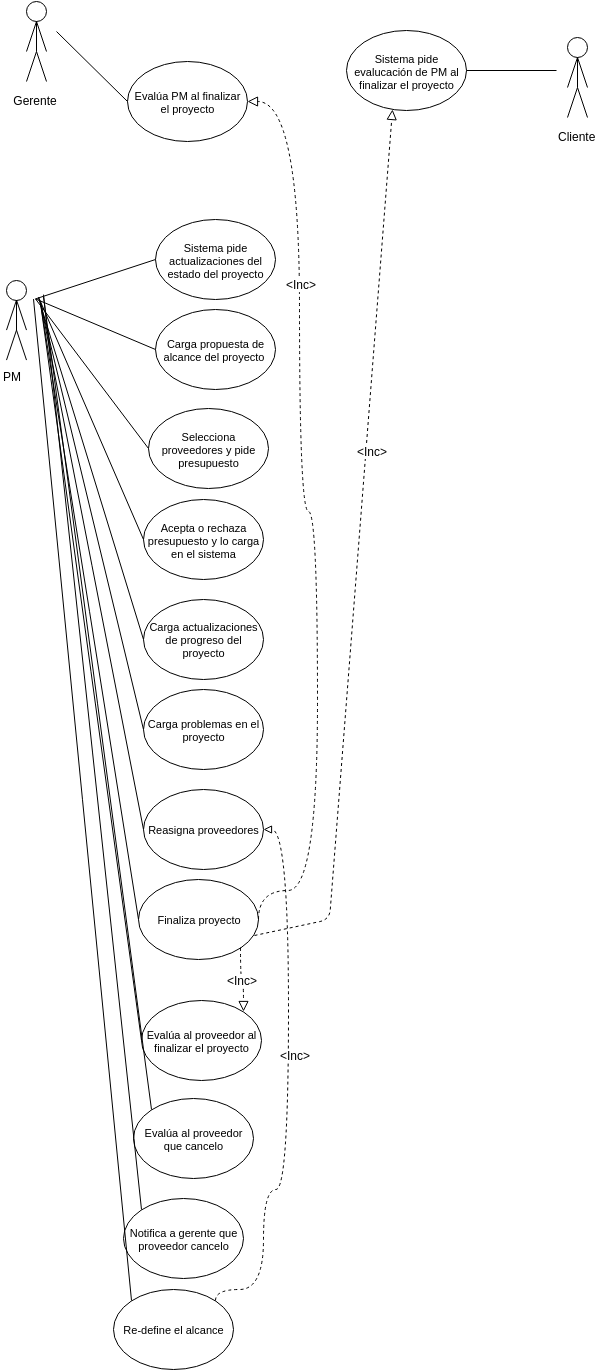
Above: latex/imagenes/CasosDeUsoPM.png in FlyingPumba/tp2-inge1 (draw.io), before the change. Source tidied: cells renumbered, new cells last; positions are measured from the earlier drawing's top-left corner, leaving out a move shared by most shapes.
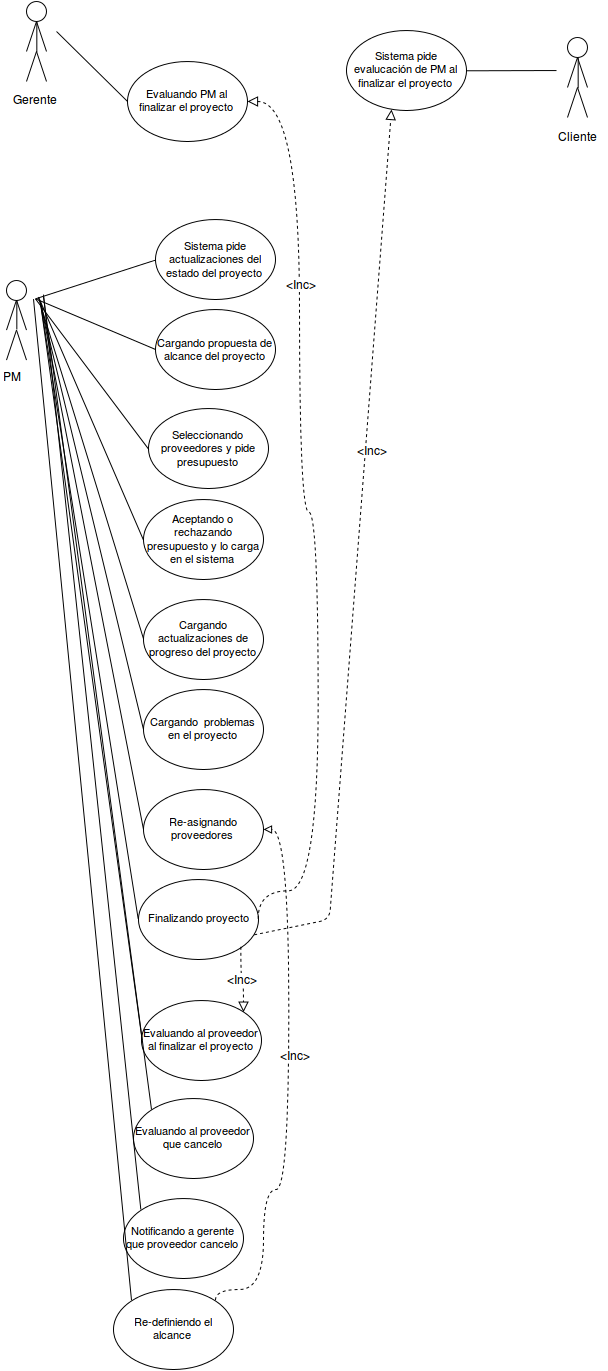
The same diagram one commit later.

Commit message:
Nuevas vistas Casos de uso

What changed in the source:
```diff
@@ -7,7 +7,7 @@
     </mxCell>
     <mxCell id="3" style="edgeStyle=orthogonalEdgeStyle;rounded=0;html=1;exitX=0.5;exitY=1;endArrow=none;endFill=0;jettySize=auto;" parent="1" edge="1" source="2">
       <mxGeometry x="920" y="-2172" as="geometry">
-        <mxPoint x="35" y="50" as="targetPoint" />
+        <mxPoint x="35.3" y="50.7" as="targetPoint" />
       </mxGeometry>
     </mxCell>
     <mxCell id="4" style="endArrow=none;html=1;endFill=0;" parent="1" edge="1">
@@ -37,7 +37,7 @@
     <mxCell id="8" value="Gerente" style="text;html=1;strokeColor=none;fillColor=none;align=center;verticalAlign=middle;whiteSpace=wrap;overflow=hidden;" parent="1" vertex="1">
       <mxGeometry x="8" y="88" width="50" height="20" as="geometry" />
     </mxCell>
-    <mxCell id="9" value="&lt;span&gt;Evalúa PM al finalizar el proyecto&lt;/span&gt;&lt;br&gt;" style="ellipse;whiteSpace=wrap;html=1;fontSize=11;" parent="1" vertex="1">
+    <mxCell id="9" value="&lt;span&gt;Evaluando PM al finalizar el proyecto&lt;/span&gt;&lt;br&gt;" style="ellipse;whiteSpace=wrap;html=1;fontSize=11;" parent="1" vertex="1">
       <mxGeometry x="126" y="59.8" width="120" height="80" as="geometry" />
     </mxCell>
     <mxCell id="10" style="endArrow=none;html=1;endFill=0;entryX=0;entryY=0.5;" parent="1" edge="1" target="9">
@@ -47,7 +47,7 @@
     </mxCell>
     <mxCell id="11" style="edgeStyle=orthogonalEdgeStyle;rounded=0;html=1;exitX=0.5;exitY=1;endArrow=none;endFill=0;jettySize=auto;" parent="1" edge="1" source="12">
       <mxGeometry x="1461" y="-2136" as="geometry">
-        <mxPoint x="576" y="86" as="targetPoint" />
+        <mxPoint x="576.7" y="86.7" as="targetPoint" />
       </mxGeometry>
     </mxCell>
     <mxCell id="12" style="ellipse;whiteSpace=wrap;html=1;" parent="1" vertex="1">
@@ -85,7 +85,7 @@
     </mxCell>
     <mxCell id="19" style="edgeStyle=orthogonalEdgeStyle;rounded=0;html=1;exitX=0.5;exitY=1;endArrow=none;endFill=0;jettySize=auto;" parent="1" edge="1" source="18">
       <mxGeometry x="900.4" y="-1893.6" as="geometry">
-        <mxPoint x="15" y="329" as="targetPoint" />
+        <mxPoint x="15.3" y="328" as="targetPoint" />
       </mxGeometry>
     </mxCell>
     <mxCell id="20" style="endArrow=none;html=1;endFill=0;" parent="1" edge="1">
@@ -115,16 +115,16 @@
     <mxCell id="24" value="PM" style="text;html=1;align=left;verticalAlign=top;spacingTop=-4;" parent="1" vertex="1">
       <mxGeometry y="366.4" width="30" height="20" as="geometry" />
     </mxCell>
-    <mxCell id="25" value="&lt;span&gt;Carga propuesta de alcance del proyecto&amp;nbsp;&lt;/span&gt;&lt;br&gt;" style="ellipse;whiteSpace=wrap;html=1;fontSize=11;" parent="1" vertex="1">
+    <mxCell id="25" value="&lt;span&gt;Cargando propuesta de alcance del proyecto &lt;/span&gt;&lt;br&gt;" style="ellipse;whiteSpace=wrap;html=1;fontSize=11;" parent="1" vertex="1">
       <mxGeometry x="154" y="308.4" width="120" height="80" as="geometry" />
     </mxCell>
-    <mxCell id="26" value="&lt;span&gt;Selecciona proveedores y pide presupuesto&lt;/span&gt;&lt;br&gt;" style="ellipse;whiteSpace=wrap;html=1;fontSize=11;" parent="1" vertex="1">
+    <mxCell id="26" value="&lt;span&gt;Seleccionando proveedores y pide presupuesto&lt;/span&gt;&lt;br&gt;" style="ellipse;whiteSpace=wrap;html=1;fontSize=11;" parent="1" vertex="1">
       <mxGeometry x="147" y="407.4" width="120" height="80" as="geometry" />
     </mxCell>
-    <mxCell id="27" value="&lt;span&gt;Acepta o rechaza presupuesto y lo carga en el sistema&lt;/span&gt;&lt;br&gt;" style="ellipse;whiteSpace=wrap;html=1;fontSize=11;" parent="1" vertex="1">
+    <mxCell id="27" value="&lt;span&gt;Aceptando o rechazando presupuesto y lo carga en el sistema&lt;/span&gt;&lt;br&gt;" style="ellipse;whiteSpace=wrap;html=1;fontSize=11;" parent="1" vertex="1">
       <mxGeometry x="142" y="498.2" width="120" height="80" as="geometry" />
     </mxCell>
-    <mxCell id="28" value="&lt;span&gt;Carga actualizaciones de progreso del proyecto &lt;/span&gt;&lt;br&gt;" style="ellipse;whiteSpace=wrap;html=1;fontSize=11;" parent="1" vertex="1">
+    <mxCell id="28" value="&lt;span&gt;Cargando actualizaciones de progreso del proyecto &lt;/span&gt;&lt;br&gt;" style="ellipse;whiteSpace=wrap;html=1;fontSize=11;" parent="1" vertex="1">
       <mxGeometry x="142" y="597.6" width="120" height="80" as="geometry" />
     </mxCell>
     <mxCell id="29" value="&lt;span&gt;Sistema pide actualizaciones del estado del proyecto&lt;/span&gt;&lt;br&gt;" style="ellipse;whiteSpace=wrap;html=1;fontSize=11;" parent="1" vertex="1">
@@ -158,16 +158,16 @@
     <mxCell id="35" value="&lt;span&gt;Sistema pide evalucación de PM al finalizar el proyecto&lt;/span&gt;&lt;br&gt;" style="ellipse;whiteSpace=wrap;html=1;fontSize=11;" parent="1" vertex="1">
       <mxGeometry x="345" y="29" width="120" height="80" as="geometry" />
     </mxCell>
-    <mxCell id="36" value="&lt;span&gt;Carga problemas en el proyecto&lt;/span&gt;&lt;br&gt;" style="ellipse;whiteSpace=wrap;html=1;fontSize=11;" parent="1" vertex="1">
+    <mxCell id="36" value="&lt;span&gt;&lt;span&gt;Cargando&amp;nbsp; &lt;/span&gt;problemas en el proyecto&lt;/span&gt;&lt;br&gt;" style="ellipse;whiteSpace=wrap;html=1;fontSize=11;" parent="1" vertex="1">
       <mxGeometry x="142" y="687.5" width="120" height="80" as="geometry" />
     </mxCell>
-    <mxCell id="37" value="&lt;span&gt;Reasigna proveedores&lt;/span&gt;&lt;br&gt;" style="ellipse;whiteSpace=wrap;html=1;fontSize=11;" parent="1" vertex="1">
+    <mxCell id="37" value="&lt;span&gt;Re-asignando proveedores&lt;/span&gt;&lt;br&gt;" style="ellipse;whiteSpace=wrap;html=1;fontSize=11;" parent="1" vertex="1">
       <mxGeometry x="142" y="787.5" width="120" height="80" as="geometry" />
     </mxCell>
-    <mxCell id="38" value="&lt;div&gt;&lt;span&gt;Finaliza proyecto &lt;/span&gt;&lt;/div&gt;" style="ellipse;whiteSpace=wrap;html=1;fontSize=11;" parent="1" vertex="1">
+    <mxCell id="38" value="&lt;div&gt;&lt;span&gt;Finalizando proyecto &lt;/span&gt;&lt;/div&gt;" style="ellipse;whiteSpace=wrap;html=1;fontSize=11;" parent="1" vertex="1">
       <mxGeometry x="137" y="877.5" width="120" height="80" as="geometry" />
     </mxCell>
-    <mxCell id="39" value="&lt;span&gt;Evalúa&amp;nbsp;al proveedor al finalizar el proyecto&lt;/span&gt;&lt;br&gt;" style="ellipse;whiteSpace=wrap;html=1;fontSize=11;" parent="1" vertex="1">
+    <mxCell id="39" value="&lt;span&gt;Evaluando al proveedor al finalizar el proyecto&lt;/span&gt;&lt;br&gt;" style="ellipse;whiteSpace=wrap;html=1;fontSize=11;" parent="1" vertex="1">
       <mxGeometry x="140" y="998.5" width="120" height="80" as="geometry" />
     </mxCell>
     <mxCell id="40" style="edgeStyle=none;rounded=0;html=1;exitX=0;exitY=0.5;startArrow=none;startFill=0;endArrow=none;endFill=0;jettySize=auto;" parent="1" edge="1" source="36">
@@ -205,7 +205,7 @@
       <mxGeometry x="0.51" y="-1" relative="1" as="geometry" />
     </mxCell>
     <mxCell id="46" value="&amp;lt;Inc&amp;gt;" style="text;html=1;align=center;verticalAlign=middle;labelBackgroundColor=#ffffff;fontSize=12;" parent="1" vertex="1">
-      <mxGeometry x="299" y="282" as="geometry" />
+      <mxGeometry x="299" y="282.7" as="geometry" />
     </mxCell>
     <mxCell id="47" value="&amp;lt;Inc&amp;gt;" style="edgeStyle=orthogonalEdgeStyle;curved=1;rounded=0;html=1;exitX=1;exitY=1;entryX=1;entryY=0;dashed=1;startArrow=none;startFill=0;endArrow=block;endFill=0;jettySize=auto;fontSize=12;endSize=8;" parent="1" edge="1" source="38" target="39">
       <mxGeometry x="1124" y="-1246.4" as="geometry" />
@@ -221,9 +221,9 @@
       <mxGeometry x="0.23" y="-6" relative="1" as="geometry" />
     </mxCell>
     <mxCell id="50" value="&amp;lt;Inc&amp;gt;" style="text;html=1;align=center;verticalAlign=middle;labelBackgroundColor=#ffffff;fontSize=12;" parent="1" vertex="1">
-      <mxGeometry x="370.5" y="448.6" as="geometry" />
+      <mxGeometry x="369.9" y="448.7" as="geometry" />
     </mxCell>
-    <mxCell id="51" value="&lt;span&gt;Evalúa&amp;nbsp;al proveedor que cancelo&lt;/span&gt;&lt;br&gt;" style="ellipse;whiteSpace=wrap;html=1;fontSize=11;" parent="1" vertex="1">
+    <mxCell id="51" value="&lt;span&gt;&lt;span&gt;Evaluando&lt;/span&gt; al proveedor que cancelo&lt;/span&gt;&lt;br&gt;" style="ellipse;whiteSpace=wrap;html=1;fontSize=11;" parent="1" vertex="1">
       <mxGeometry x="132" y="1096.5" width="120" height="80" as="geometry" />
     </mxCell>
     <mxCell id="52" style="rounded=0;html=1;exitX=0;exitY=0;endArrow=none;endFill=0;jettySize=auto;" parent="1" edge="1" source="51">
@@ -231,7 +231,7 @@
         <mxPoint x="42" y="295.3" as="targetPoint" />
       </mxGeometry>
     </mxCell>
-    <mxCell id="53" value="&lt;span&gt;Notifica a gerente que proveedor cancelo&lt;/span&gt;&lt;br&gt;" style="ellipse;whiteSpace=wrap;html=1;fontSize=11;" parent="1" vertex="1">
+    <mxCell id="53" value="&lt;span&gt;Notificando a gerente que proveedor cancelo&lt;/span&gt;&lt;br&gt;" style="ellipse;whiteSpace=wrap;html=1;fontSize=11;" parent="1" vertex="1">
       <mxGeometry x="122" y="1196.5" width="120" height="80" as="geometry" />
     </mxCell>
     <mxCell id="54" style="edgeStyle=none;rounded=0;html=1;exitX=0;exitY=0;endArrow=none;endFill=0;jettySize=auto;" parent="1" edge="1" source="53">
@@ -239,7 +239,7 @@
         <mxPoint x="42" y="293.1" as="targetPoint" />
       </mxGeometry>
     </mxCell>
-    <mxCell id="55" value="&lt;span&gt;Re-define el alcance&lt;/span&gt;&lt;br&gt;" style="ellipse;whiteSpace=wrap;html=1;fontSize=11;" parent="1" vertex="1">
+    <mxCell id="55" value="&lt;span&gt;Re-definiendo el alcance&lt;/span&gt;&lt;br&gt;" style="ellipse;whiteSpace=wrap;html=1;fontSize=11;" parent="1" vertex="1">
       <mxGeometry x="112" y="1287.5" width="120" height="80" as="geometry" />
     </mxCell>
     <mxCell id="56" style="edgeStyle=none;rounded=0;html=1;exitX=0;exitY=0;endArrow=none;endFill=0;jettySize=auto;" parent="1" edge="1" source="55">
@@ -262,10 +262,10 @@
       <mxGeometry x="0.12" y="-6" relative="1" as="geometry" />
     </mxCell>
     <mxCell id="59" value="&amp;lt;Inc&amp;gt;" style="text;html=1;align=center;verticalAlign=middle;labelBackgroundColor=#ffffff;" parent="1" vertex="1">
-      <mxGeometry x="293" y="1053" as="geometry" />
+      <mxGeometry x="293.3" y="1053.3" as="geometry" />
     </mxCell>
     <mxCell id="60" style="edgeStyle=none;rounded=0;html=1;exitX=1;exitY=0.5;endArrow=none;endFill=0;jettySize=auto;fontSize=14;" parent="1" edge="1" source="35">
-      <mxGeometry x="1350" y="-2123" as="geometry">
+      <mxGeometry x="1349.7" y="-2123" as="geometry">
         <mxPoint x="555" y="69" as="targetPoint" />
       </mxGeometry>
     </mxCell>
```
